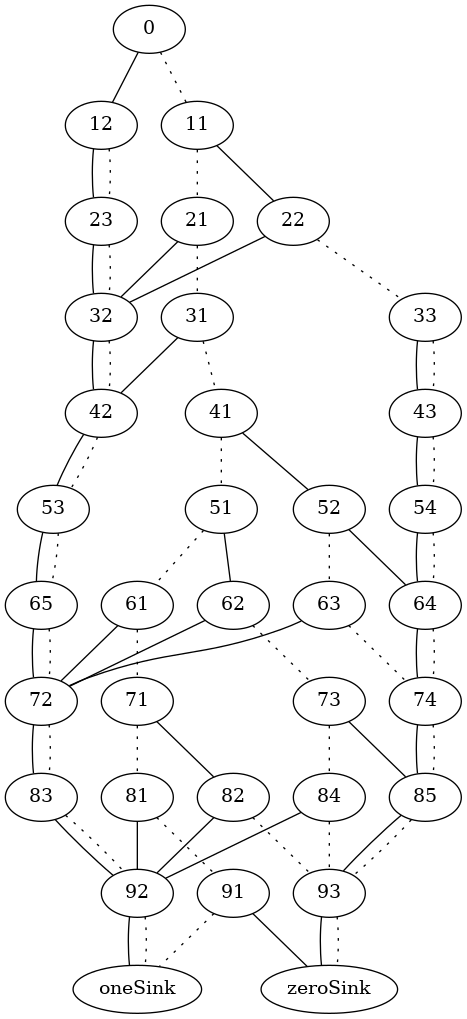
Above: obdd/obdd.png in aelkhamsi/BNN_explainability (Graphviz), before the change. Its source is kept beside it as obdd/obdd.gv. The source it was exported from:
```dot
digraph{
0->12 [style=solid, arrowhead="none"];
0->11 [style=dotted, arrowhead="none"];
11->22 [style=solid, arrowhead="none"];
11->21 [style=dotted, arrowhead="none"];
12->23 [style=solid, arrowhead="none"];
12->23 [style=dotted, arrowhead="none"];
21->32 [style=solid, arrowhead="none"];
21->31 [style=dotted, arrowhead="none"];
22->32 [style=solid, arrowhead="none"];
22->33 [style=dotted, arrowhead="none"];
23->32 [style=solid, arrowhead="none"];
23->32 [style=dotted, arrowhead="none"];
31->42 [style=solid, arrowhead="none"];
31->41 [style=dotted, arrowhead="none"];
32->42 [style=solid, arrowhead="none"];
32->42 [style=dotted, arrowhead="none"];
33->43 [style=solid, arrowhead="none"];
33->43 [style=dotted, arrowhead="none"];
41->52 [style=solid, arrowhead="none"];
41->51 [style=dotted, arrowhead="none"];
42->53 [style=solid, arrowhead="none"];
42->53 [style=dotted, arrowhead="none"];
43->54 [style=solid, arrowhead="none"];
43->54 [style=dotted, arrowhead="none"];
51->62 [style=solid, arrowhead="none"];
51->61 [style=dotted, arrowhead="none"];
52->64 [style=solid, arrowhead="none"];
52->63 [style=dotted, arrowhead="none"];
53->65 [style=solid, arrowhead="none"];
53->65 [style=dotted, arrowhead="none"];
54->64 [style=solid, arrowhead="none"];
54->64 [style=dotted, arrowhead="none"];
61->72 [style=solid, arrowhead="none"];
61->71 [style=dotted, arrowhead="none"];
62->72 [style=solid, arrowhead="none"];
62->73 [style=dotted, arrowhead="none"];
63->72 [style=solid, arrowhead="none"];
63->74 [style=dotted, arrowhead="none"];
64->74 [style=solid, arrowhead="none"];
64->74 [style=dotted, arrowhead="none"];
65->72 [style=solid, arrowhead="none"];
65->72 [style=dotted, arrowhead="none"];
71->82 [style=solid, arrowhead="none"];
71->81 [style=dotted, arrowhead="none"];
72->83 [style=solid, arrowhead="none"];
72->83 [style=dotted, arrowhead="none"];
73->85 [style=solid, arrowhead="none"];
73->84 [style=dotted, arrowhead="none"];
74->85 [style=solid, arrowhead="none"];
74->85 [style=dotted, arrowhead="none"];
81->92 [style=solid, arrowhead="none"];
81->91 [style=dotted, arrowhead="none"];
82->92 [style=solid, arrowhead="none"];
82->93 [style=dotted, arrowhead="none"];
83->92 [style=solid, arrowhead="none"];
83->92 [style=dotted, arrowhead="none"];
84->92 [style=solid, arrowhead="none"];
84->93 [style=dotted, arrowhead="none"];
85->93 [style=solid, arrowhead="none"];
85->93 [style=dotted, arrowhead="none"];
91->zeroSink [style=solid, arrowhead="none"];
91->oneSink [style=dotted, arrowhead="none"];
92->oneSink [style=solid, arrowhead="none"];
92->oneSink [style=dotted, arrowhead="none"];
93->zeroSink [style=solid, arrowhead="none"];
93->zeroSink [style=dotted, arrowhead="none"];
}
```
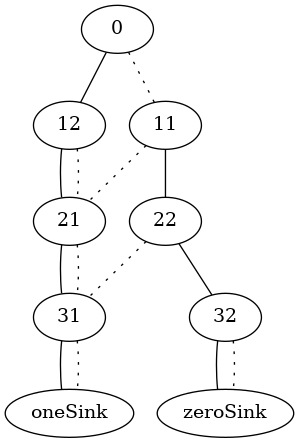
The same file after the commit.

What changed in the source:
```diff
@@ -3,66 +3,14 @@
 0->11 [style=dotted, arrowhead="none"];
 11->22 [style=solid, arrowhead="none"];
 11->21 [style=dotted, arrowhead="none"];
-12->23 [style=solid, arrowhead="none"];
-12->23 [style=dotted, arrowhead="none"];
-21->32 [style=solid, arrowhead="none"];
+12->21 [style=solid, arrowhead="none"];
+12->21 [style=dotted, arrowhead="none"];
+21->31 [style=solid, arrowhead="none"];
 21->31 [style=dotted, arrowhead="none"];
 22->32 [style=solid, arrowhead="none"];
-22->33 [style=dotted, arrowhead="none"];
-23->32 [style=solid, arrowhead="none"];
-23->32 [style=dotted, arrowhead="none"];
-31->42 [style=solid, arrowhead="none"];
-31->41 [style=dotted, arrowhead="none"];
-32->42 [style=solid, arrowhead="none"];
-32->42 [style=dotted, arrowhead="none"];
-33->43 [style=solid, arrowhead="none"];
-33->43 [style=dotted, arrowhead="none"];
-41->52 [style=solid, arrowhead="none"];
-41->51 [style=dotted, arrowhead="none"];
-42->53 [style=solid, arrowhead="none"];
-42->53 [style=dotted, arrowhead="none"];
-43->54 [style=solid, arrowhead="none"];
-43->54 [style=dotted, arrowhead="none"];
-51->62 [style=solid, arrowhead="none"];
-51->61 [style=dotted, arrowhead="none"];
-52->64 [style=solid, arrowhead="none"];
-52->63 [style=dotted, arrowhead="none"];
-53->65 [style=solid, arrowhead="none"];
-53->65 [style=dotted, arrowhead="none"];
-54->64 [style=solid, arrowhead="none"];
-54->64 [style=dotted, arrowhead="none"];
-61->72 [style=solid, arrowhead="none"];
-61->71 [style=dotted, arrowhead="none"];
-62->72 [style=solid, arrowhead="none"];
-62->73 [style=dotted, arrowhead="none"];
-63->72 [style=solid, arrowhead="none"];
-63->74 [style=dotted, arrowhead="none"];
-64->74 [style=solid, arrowhead="none"];
-64->74 [style=dotted, arrowhead="none"];
-65->72 [style=solid, arrowhead="none"];
-65->72 [style=dotted, arrowhead="none"];
-71->82 [style=solid, arrowhead="none"];
-71->81 [style=dotted, arrowhead="none"];
-72->83 [style=solid, arrowhead="none"];
-72->83 [style=dotted, arrowhead="none"];
-73->85 [style=solid, arrowhead="none"];
-73->84 [style=dotted, arrowhead="none"];
-74->85 [style=solid, arrowhead="none"];
-74->85 [style=dotted, arrowhead="none"];
-81->92 [style=solid, arrowhead="none"];
-81->91 [style=dotted, arrowhead="none"];
-82->92 [style=solid, arrowhead="none"];
-82->93 [style=dotted, arrowhead="none"];
-83->92 [style=solid, arrowhead="none"];
-83->92 [style=dotted, arrowhead="none"];
-84->92 [style=solid, arrowhead="none"];
-84->93 [style=dotted, arrowhead="none"];
-85->93 [style=solid, arrowhead="none"];
-85->93 [style=dotted, arrowhead="none"];
-91->zeroSink [style=solid, arrowhead="none"];
-91->oneSink [style=dotted, arrowhead="none"];
-92->oneSink [style=solid, arrowhead="none"];
-92->oneSink [style=dotted, arrowhead="none"];
-93->zeroSink [style=solid, arrowhead="none"];
-93->zeroSink [style=dotted, arrowhead="none"];
+22->31 [style=dotted, arrowhead="none"];
+31->oneSink [style=solid, arrowhead="none"];
+31->oneSink [style=dotted, arrowhead="none"];
+32->zeroSink [style=solid, arrowhead="none"];
+32->zeroSink [style=dotted, arrowhead="none"];
 }
```
